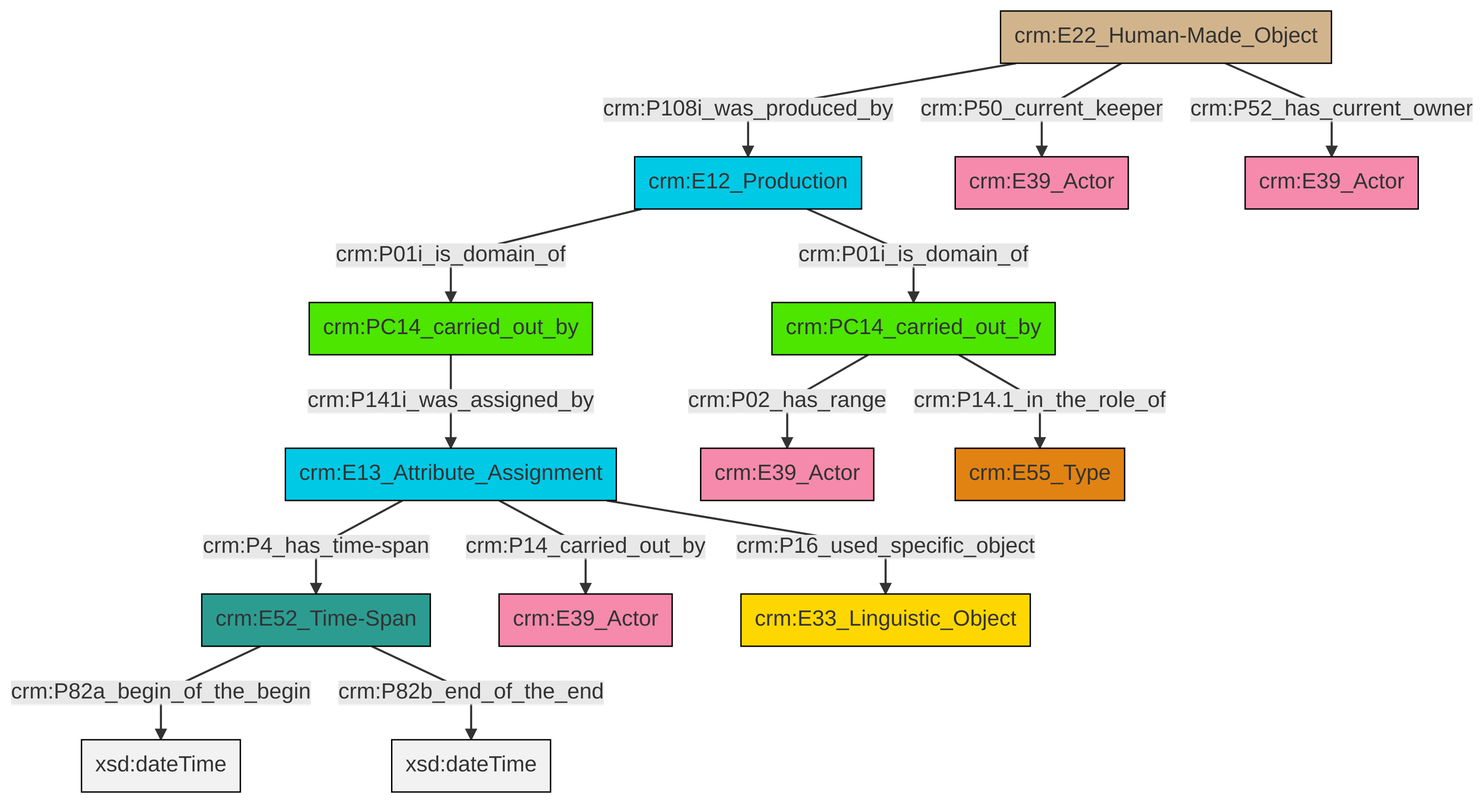
Earlier version of the Mermaid export et/carrierCSV/ttl/mmd/png/carrier_relations.png (swiss-art-research-net/docs.swissartresearch). Its source is kept beside it as et/carrierCSV/ttl/mmd/carrier_relations.ttl.mmd.
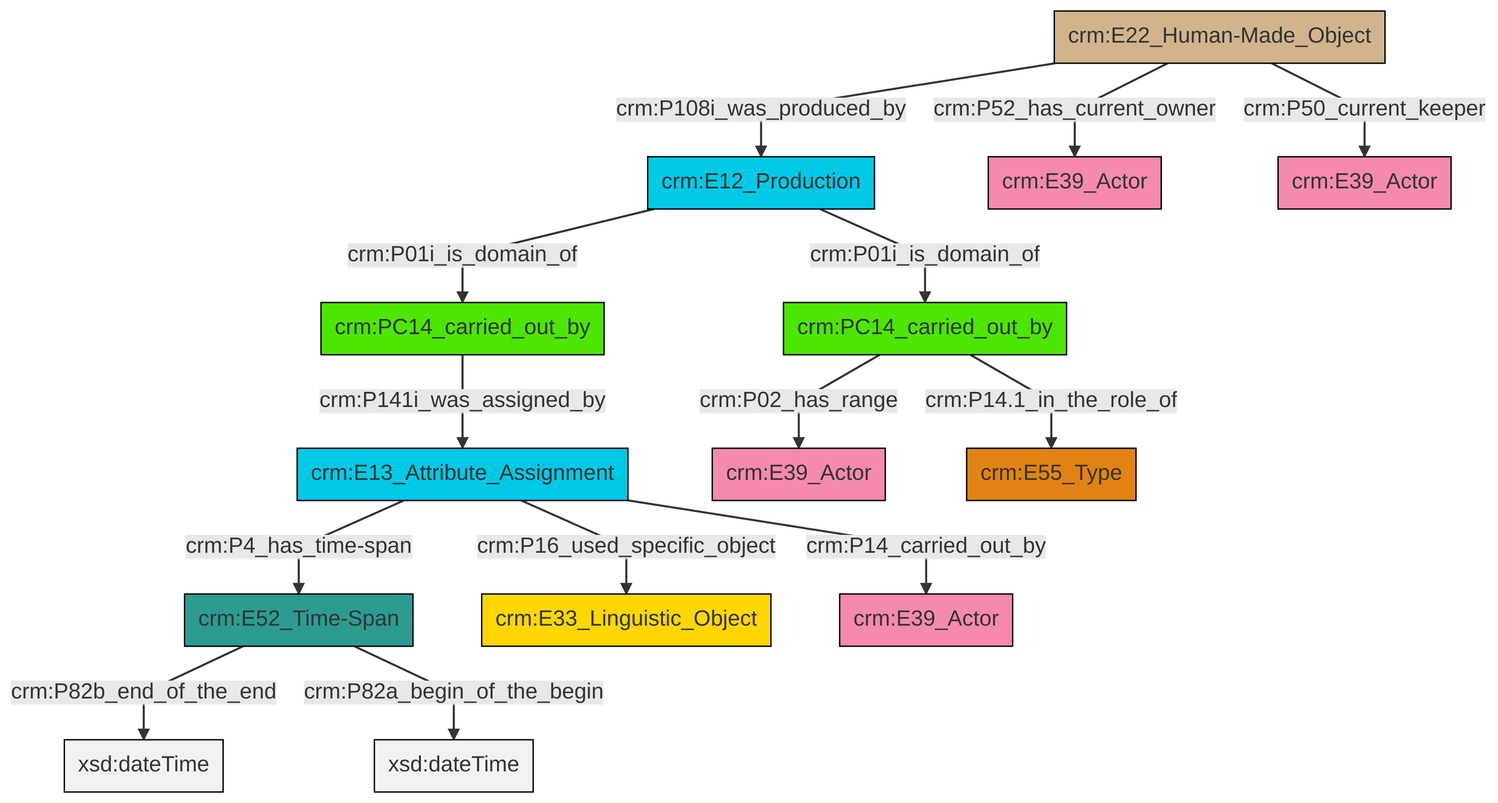
The same file after the commit.

What changed in the source:
```diff
@@ -13,16 +13,16 @@
 classDef PC_Classes fill:#4ce600, stroke:#000000;
 classDef Multi fill:#cccccc,stroke:#000000;
 
-0["crm:E52_Time-Span"]:::Time-Span -->|crm:P82a_begin_of_the_begin| 1[xsd:dateTime]:::Literal
-2["crm:E13_Attribute_Assignment"]:::Temporal_Entity -->|crm:P14_carried_out_by| 3["crm:E39_Actor"]:::Actor
-2["crm:E13_Attribute_Assignment"]:::Temporal_Entity -->|crm:P4_has_time-span| 0["crm:E52_Time-Span"]:::Time-Span
-6["crm:E22_Human-Made_Object"]:::Physical_Thing -->|crm:P108i_was_produced_by| 7["crm:E12_Production"]:::Temporal_Entity
-2["crm:E13_Attribute_Assignment"]:::Temporal_Entity -->|crm:P16_used_specific_object| 9["crm:E33_Linguistic_Object"]:::Conceptual_Object
-7["crm:E12_Production"]:::Temporal_Entity -->|crm:P01i_is_domain_of| 10["crm:PC14_carried_out_by"]:::PC_Classes
-10["crm:PC14_carried_out_by"]:::PC_Classes -->|crm:P02_has_range| 4["crm:E39_Actor"]:::Actor
-6["crm:E22_Human-Made_Object"]:::Physical_Thing -->|crm:P52_has_current_owner| 19["crm:E39_Actor"]:::Actor
-6["crm:E22_Human-Made_Object"]:::Physical_Thing -->|crm:P50_current_keeper| 15["crm:E39_Actor"]:::Actor
-0["crm:E52_Time-Span"]:::Time-Span -->|crm:P82b_end_of_the_end| 24[xsd:dateTime]:::Literal
-10["crm:PC14_carried_out_by"]:::PC_Classes -->|crm:P14.1_in_the_role_of| 21["crm:E55_Type"]:::Type
-7["crm:E12_Production"]:::Temporal_Entity -->|crm:P01i_is_domain_of| 11["crm:PC14_carried_out_by"]:::PC_Classes
-11["crm:PC14_carried_out_by"]:::PC_Classes -->|crm:P141i_was_assigned_by| 2["crm:E13_Attribute_Assignment"]:::Temporal_Entity
+0["crm:E12_Production"]:::Temporal_Entity -->|crm:P01i_is_domain_of| 1["crm:PC14_carried_out_by"]:::PC_Classes
+7["crm:E22_Human-Made_Object"]:::Physical_Thing -->|crm:P108i_was_produced_by| 0["crm:E12_Production"]:::Temporal_Entity
+0["crm:E12_Production"]:::Temporal_Entity -->|crm:P01i_is_domain_of| 8["crm:PC14_carried_out_by"]:::PC_Classes
+2["crm:E13_Attribute_Assignment"]:::Temporal_Entity -->|crm:P4_has_time-span| 9["crm:E52_Time-Span"]:::Time-Span
+7["crm:E22_Human-Made_Object"]:::Physical_Thing -->|crm:P50_current_keeper| 12["crm:E39_Actor"]:::Actor
+1["crm:PC14_carried_out_by"]:::PC_Classes -->|crm:P141i_was_assigned_by| 2["crm:E13_Attribute_Assignment"]:::Temporal_Entity
+2["crm:E13_Attribute_Assignment"]:::Temporal_Entity -->|crm:P16_used_specific_object| 15["crm:E33_Linguistic_Object"]:::Conceptual_Object
+8["crm:PC14_carried_out_by"]:::PC_Classes -->|crm:P14.1_in_the_role_of| 16["crm:E55_Type"]:::Type
+9["crm:E52_Time-Span"]:::Time-Span -->|crm:P82b_end_of_the_end| 17[xsd:dateTime]:::Literal
+7["crm:E22_Human-Made_Object"]:::Physical_Thing -->|crm:P52_has_current_owner| 10["crm:E39_Actor"]:::Actor
+9["crm:E52_Time-Span"]:::Time-Span -->|crm:P82a_begin_of_the_begin| 19[xsd:dateTime]:::Literal
+8["crm:PC14_carried_out_by"]:::PC_Classes -->|crm:P02_has_range| 4["crm:E39_Actor"]:::Actor
+2["crm:E13_Attribute_Assignment"]:::Temporal_Entity -->|crm:P14_carried_out_by| 21["crm:E39_Actor"]:::Actor
```
